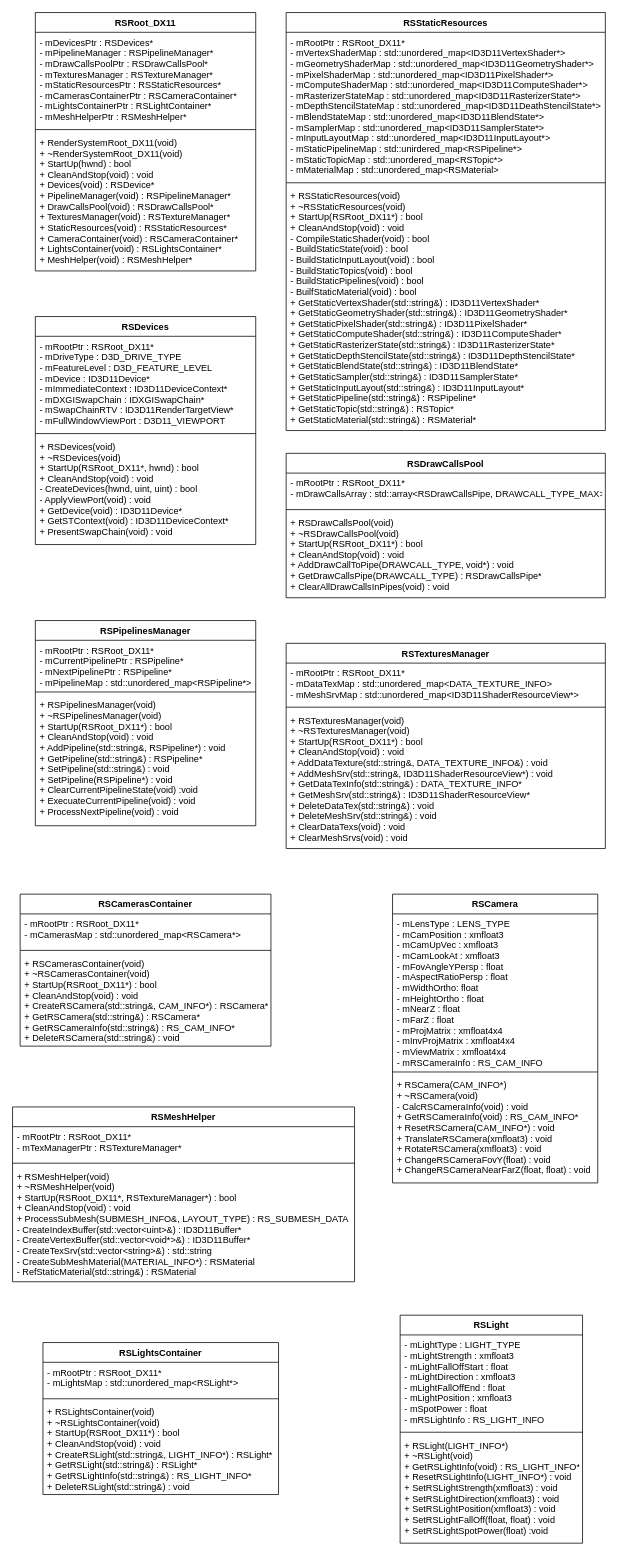
This is page "Root" (4 of 5) of Render.drawio from HIBICUS-CAI/PreWorkRenderEngine, a draw.io file, before an edit. Source tidied: cells renumbered, new cells numbered last; positions are measured from the earlier drawing's top-left corner, leaving out a move shared by most shapes. Both pictures are drawn from the tidied source at 76%, with x=0, y=0 at pixel (12, 12).
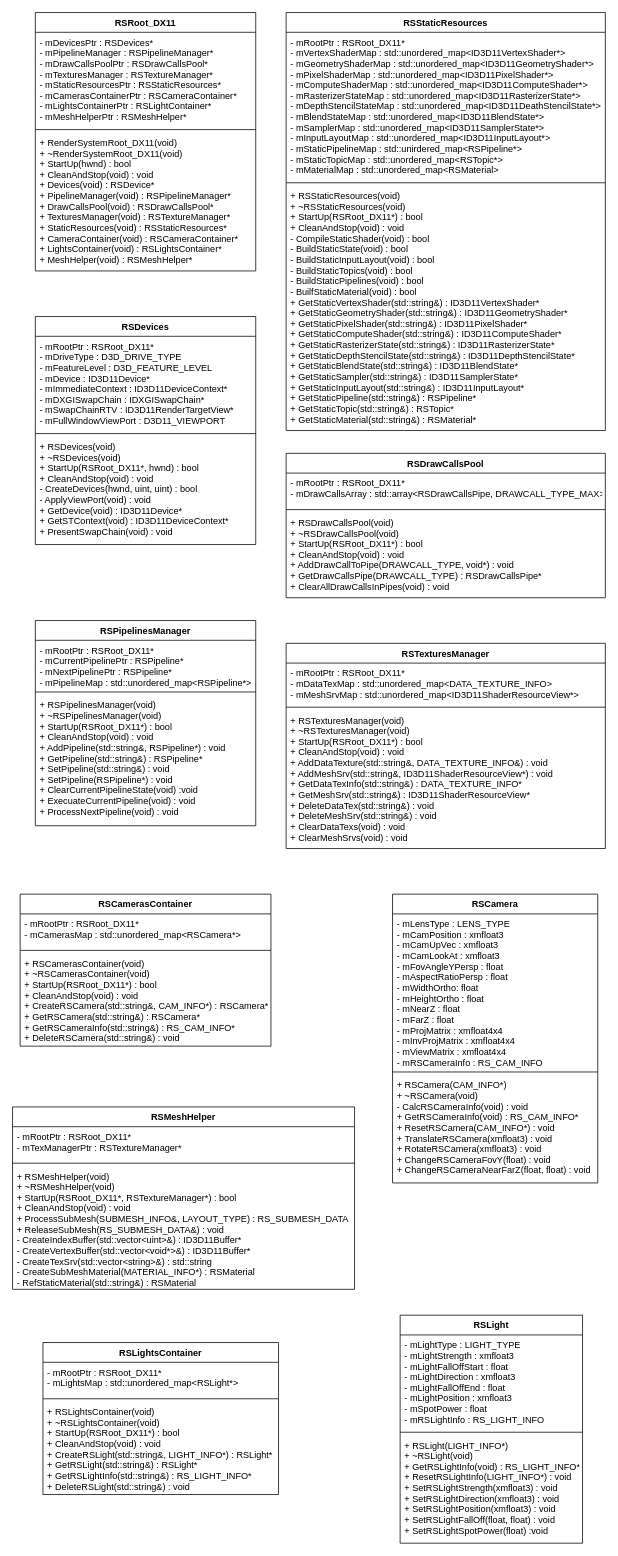
After the change.

What changed in the source:
```diff
@@
     <mxCell id="30" value="RSMeshHelper" style="swimlane;fontStyle=1;align=center;verticalAlign=top;horizontal=1;startSize=26;" parent="1" vertex="1">
-      <mxGeometry y="1440" width="450" height="230" as="geometry" />
+      <mxGeometry y="1440" width="450" height="240" as="geometry" />
     </mxCell>
@@
-    <mxCell id="33" value="+ RSMeshHelper(void)&#10;+ ~RSMeshHelper(void)&#10;+ StartUp(RSRoot_DX11*, RSTextureManager*) : bool&#10;+ CleanAndStop(void) : void&#10;+ ProcessSubMesh(SUBMESH_INFO&amp;, LAYOUT_TYPE) : RS_SUBMESH_DATA&#10;- CreateIndexBuffer(std::vector&lt;uint&gt;&amp;) : ID3D11Buffer*&#10;- CreateVertexBuffer(std::vector&lt;void*&gt;&amp;) : ID3D11Buffer*&#10;- CreateTexSrv(std::vector&lt;string&gt;&amp;) : std::string&#10;- CreateSubMeshMaterial(MATERIAL_INFO*) : RSMaterial&#10;- RefStaticMaterial(std::string&amp;) : RSMaterial" style="text;strokeColor=none;fillColor=none;align=left;verticalAlign=top;spacingLeft=4;spacingRight=4;overflow=hidden;" parent="30" vertex="1">
-      <mxGeometry y="78" width="450" height="152" as="geometry" />
+    <mxCell id="33" value="+ RSMeshHelper(void)&#10;+ ~RSMeshHelper(void)&#10;+ StartUp(RSRoot_DX11*, RSTextureManager*) : bool&#10;+ CleanAndStop(void) : void&#10;+ ProcessSubMesh(SUBMESH_INFO&amp;, LAYOUT_TYPE) : RS_SUBMESH_DATA&#10;+ ReleaseSubMesh(RS_SUBMESH_DATA&amp;) : void&#10;- CreateIndexBuffer(std::vector&lt;uint&gt;&amp;) : ID3D11Buffer*&#10;- CreateVertexBuffer(std::vector&lt;void*&gt;&amp;) : ID3D11Buffer*&#10;- CreateTexSrv(std::vector&lt;string&gt;&amp;) : std::string&#10;- CreateSubMeshMaterial(MATERIAL_INFO*) : RSMaterial&#10;- RefStaticMaterial(std::string&amp;) : RSMaterial" style="text;strokeColor=none;fillColor=none;align=left;verticalAlign=top;spacingLeft=4;spacingRight=4;overflow=hidden;" parent="30" vertex="1">
+      <mxGeometry y="78" width="450" height="162" as="geometry" />
     </mxCell>
```
